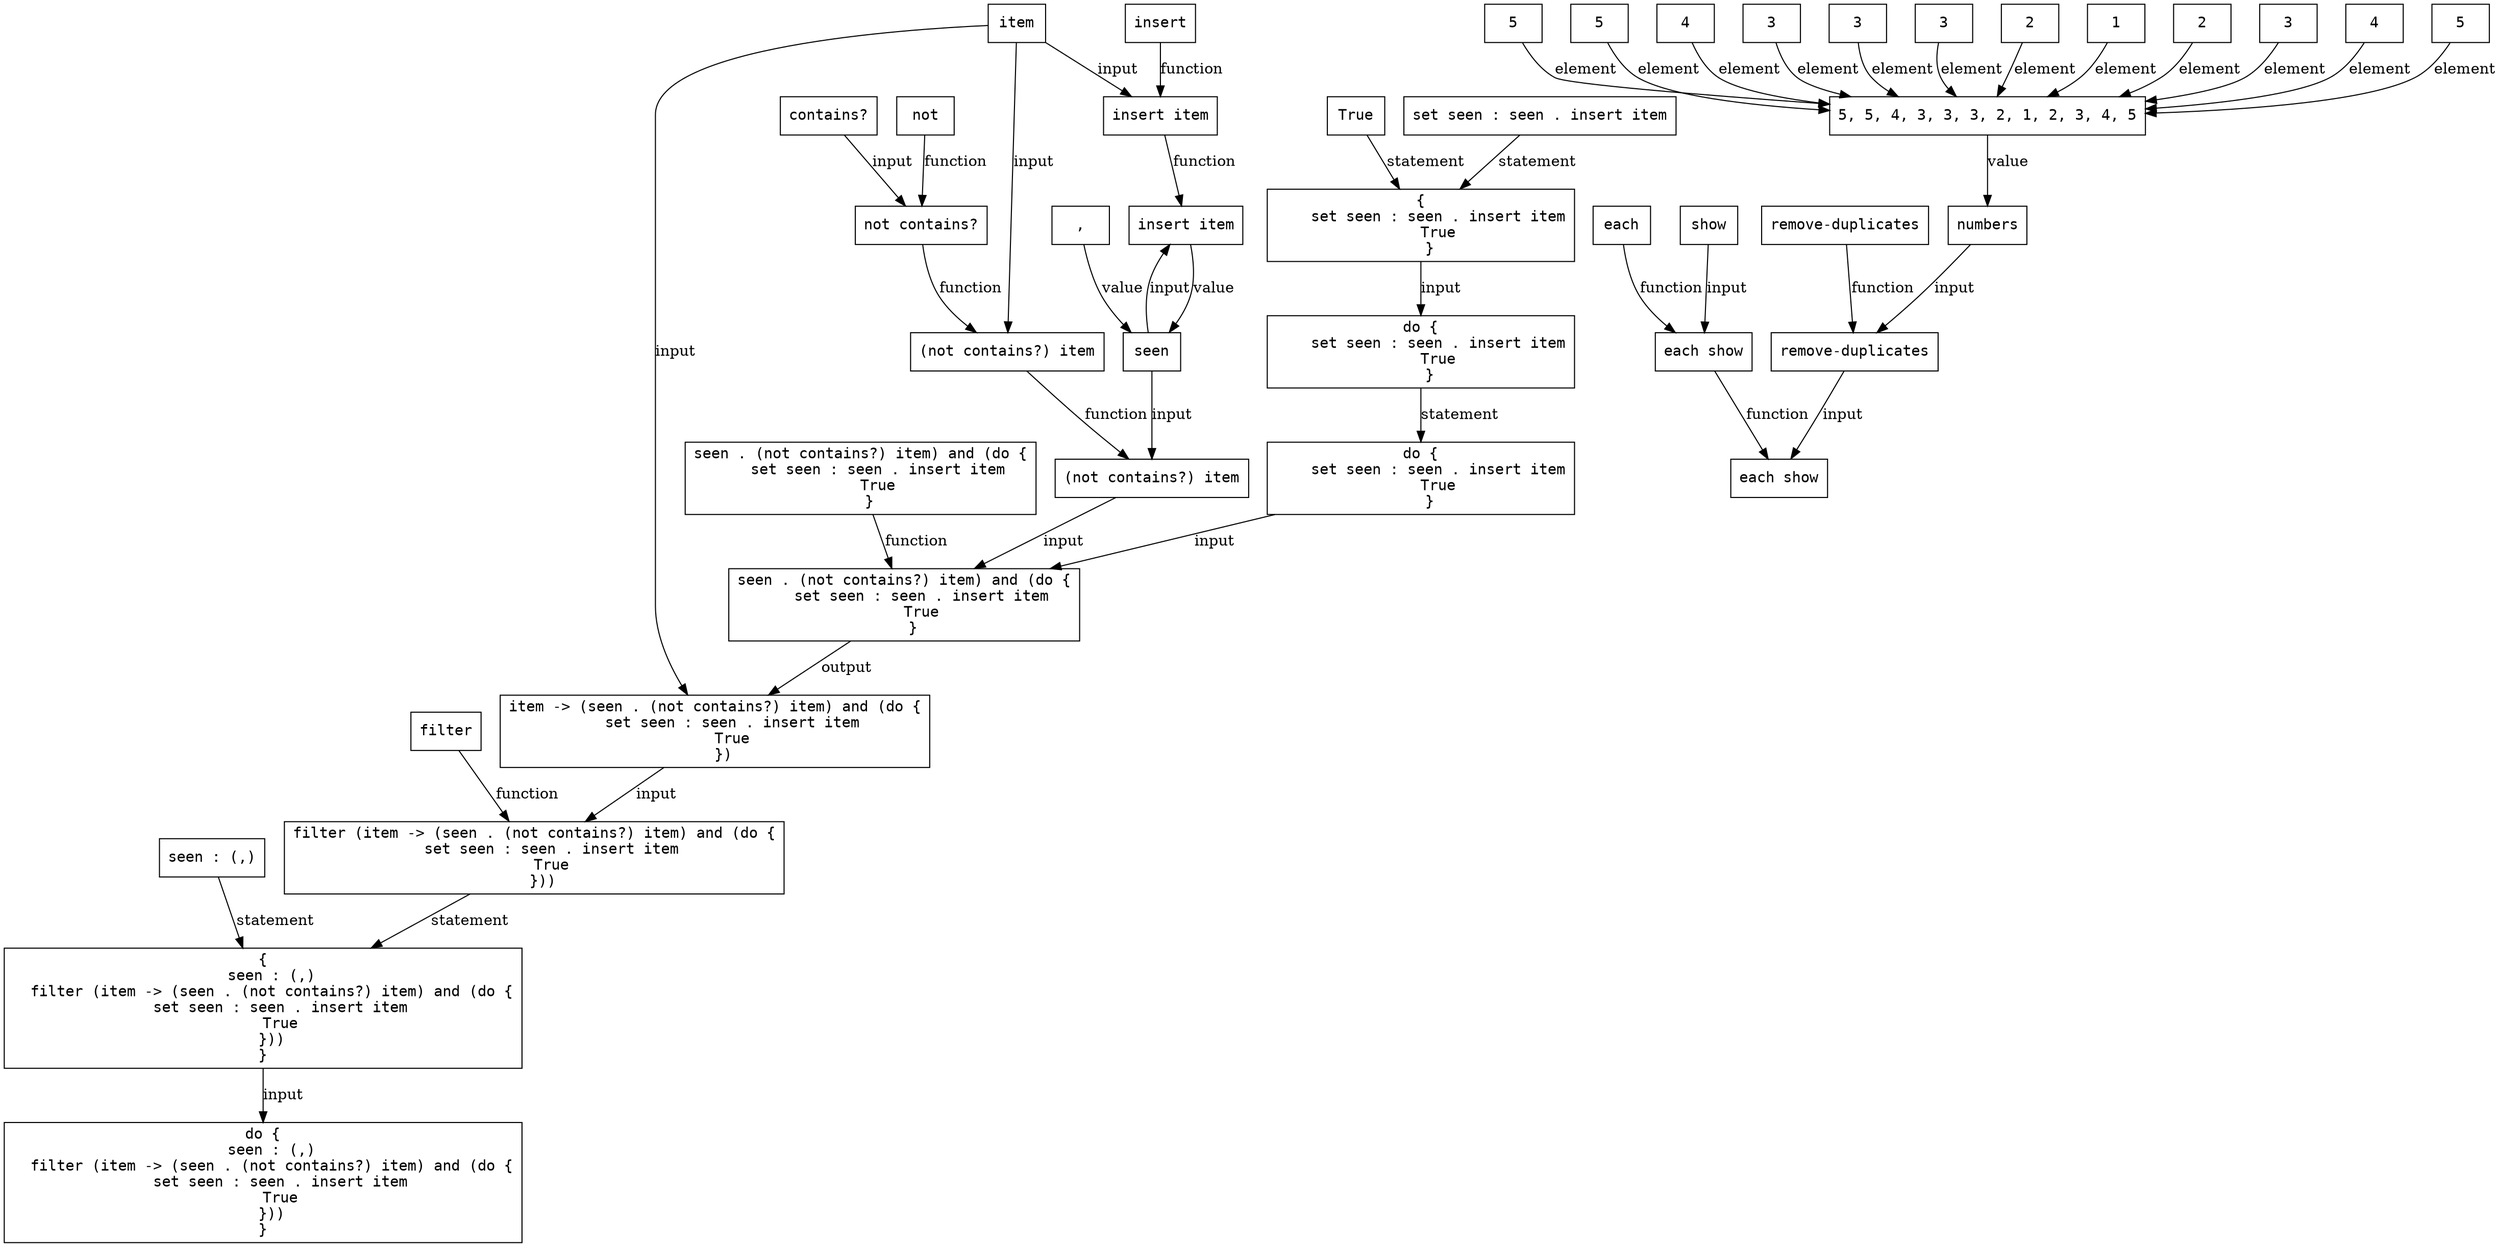
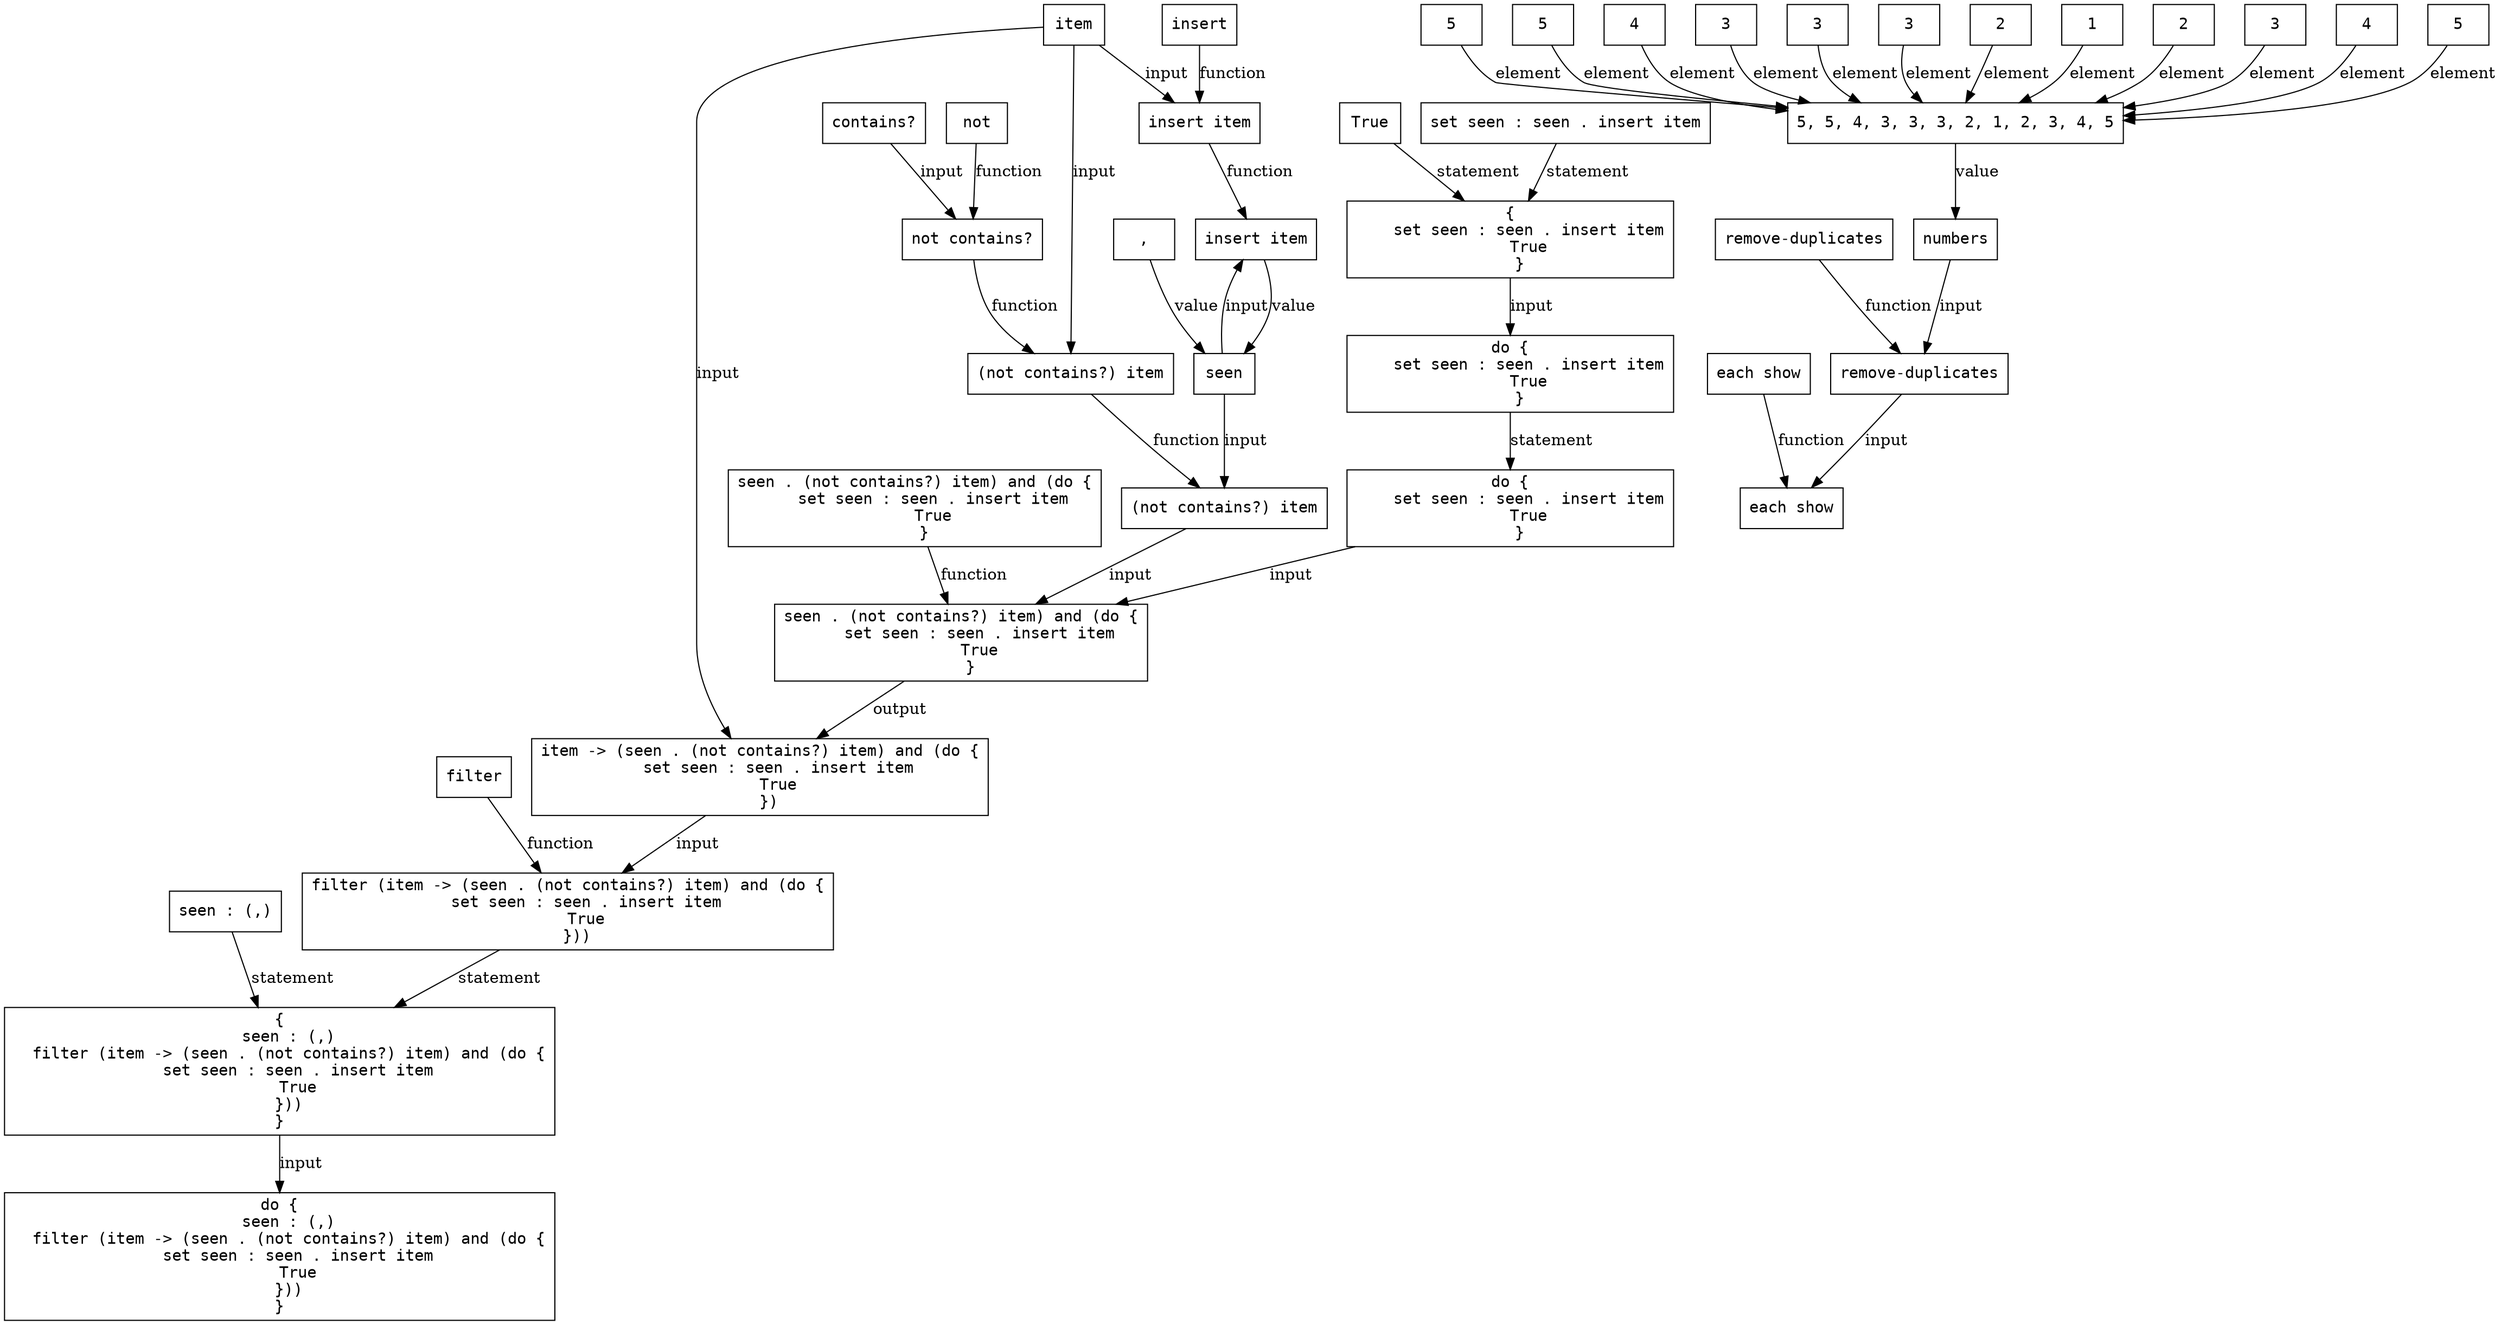
digraph G {
  node [shape=box, fontname=monospace]
  node_2_17 [label="do {\n  seen : (,)\n  filter (item -> (seen . (not contains?) item) and (do {\n    set seen : seen . insert item\n    True\n  }))\n}"]
  node_2_18 [label="{\n  seen : (,)\n  filter (item -> (seen . (not contains?) item) and (do {\n    set seen : seen . insert item\n    True\n  }))\n}"]
  node_2_19 [label="seen : (,)"]
  node_2_21 [label=","]
  node_2_24 [label="seen"]
  node_2_25 [label="filter (item -> (seen . (not contains?) item) and (do {\n    set seen : seen . insert item\n    True\n  }))"]
  node_2_26 [label="filter"]
  node_2_27 [label="item -> (seen . (not contains?) item) and (do {\n    set seen : seen . insert item\n    True\n  })"]
  node_2_28 [label="item"]
  node_2_30 [label="seen . (not contains?) item) and (do {\n    set seen : seen . insert item\n    True\n  }"]
  node_2_33 [label="do {\n    set seen : seen . insert item\n    True\n  }"]
  node_2_34 [label="do {\n    set seen : seen . insert item\n    True\n  }"]
  node_2_35 [label="seen . (not contains?) item) and (do {\n    set seen : seen . insert item\n    True\n  }"]
  node_2_36 [label="(not contains?) item"]
  node_2_38 [label="(not contains?) item"]
  node_2_39 [label="not contains?"]
  node_2_40 [label="not"]
  node_2_41 [label="contains?"]
  node_2_44 [label="{\n    set seen : seen . insert item\n    True\n  }"]
  node_2_45 [label="set seen : seen . insert item"]
  node_2_48 [label="insert item"]
  node_2_50 [label="insert item"]
  node_2_51 [label="insert"]
  node_2_54 [label="True"]
  node_2_55 [label="5, 5, 4, 3, 3, 3, 2, 1, 2, 3, 4, 5"]
  node_2_57 [label="5"]
  node_2_58 [label="5"]
  node_2_59 [label="4"]
  node_2_60 [label="3"]
  node_2_61 [label="3"]
  node_2_62 [label="3"]
  node_2_63 [label="2"]
  node_2_64 [label="1"]
  node_2_65 [label="2"]
  node_2_66 [label="3"]
  node_2_67 [label="4"]
  node_2_68 [label="5"]
  node_2_106 [label="numbers"]
  node_2_108 [label="each show"]
  node_2_110 [label="each show"]
-   node_2_111 [label="each"]
-   node_2_112 [label="show"]
  node_2_113 [label="remove-duplicates"]
  node_2_115 [label="remove-duplicates"]
  node_2_18 -> node_2_17 [label="input"]
  node_2_19 -> node_2_18 [label="statement"]
  node_2_21 -> node_2_24 [label="value"]
  node_2_24 -> node_2_36 [label="input"]
  node_2_24 -> node_2_48 [label="input"]
  node_2_25 -> node_2_18 [label="statement"]
  node_2_26 -> node_2_25 [label="function"]
  node_2_27 -> node_2_25 [label="input"]
  node_2_28 -> node_2_27 [label="input"]
  node_2_28 -> node_2_38 [label="input"]
  node_2_28 -> node_2_50 [label="input"]
  node_2_30 -> node_2_27 [label="output"]
  node_2_33 -> node_2_34 [label="statement"]
  node_2_34 -> node_2_30 [label="input"]
  node_2_35 -> node_2_30 [label="function"]
  node_2_36 -> node_2_30 [label="input"]
  node_2_38 -> node_2_36 [label="function"]
  node_2_39 -> node_2_38 [label="function"]
  node_2_40 -> node_2_39 [label="function"]
  node_2_41 -> node_2_39 [label="input"]
  node_2_44 -> node_2_33 [label="input"]
  node_2_45 -> node_2_44 [label="statement"]
  node_2_48 -> node_2_24 [label="value"]
  node_2_50 -> node_2_48 [label="function"]
  node_2_51 -> node_2_50 [label="function"]
  node_2_54 -> node_2_44 [label="statement"]
  node_2_55 -> node_2_106 [label="value"]
  node_2_57 -> node_2_55 [label="element"]
  node_2_58 -> node_2_55 [label="element"]
  node_2_59 -> node_2_55 [label="element"]
  node_2_60 -> node_2_55 [label="element"]
  node_2_61 -> node_2_55 [label="element"]
  node_2_62 -> node_2_55 [label="element"]
  node_2_63 -> node_2_55 [label="element"]
  node_2_64 -> node_2_55 [label="element"]
  node_2_65 -> node_2_55 [label="element"]
  node_2_66 -> node_2_55 [label="element"]
  node_2_67 -> node_2_55 [label="element"]
  node_2_68 -> node_2_55 [label="element"]
  node_2_106 -> node_2_113 [label="input"]
  node_2_110 -> node_2_108 [label="function"]
-   node_2_111 -> node_2_110 [label="function"]
-   node_2_112 -> node_2_110 [label="input"]
  node_2_113 -> node_2_108 [label="input"]
  node_2_115 -> node_2_113 [label="function"]
}
